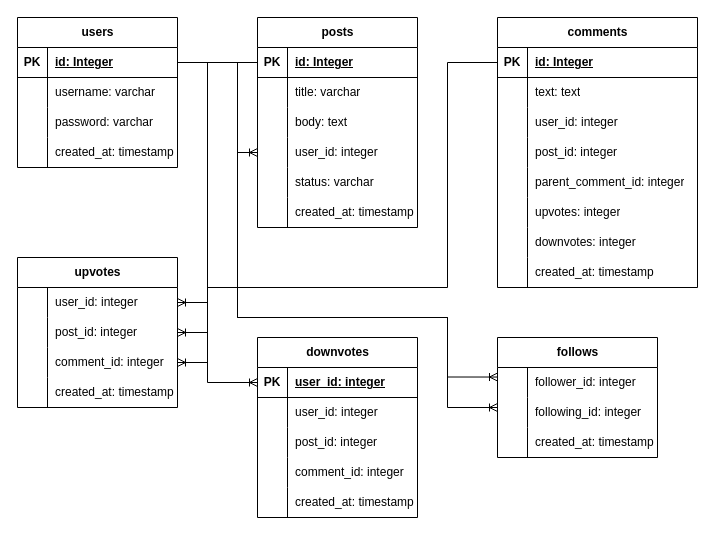
Before: Schema_Diagram.drawio in ChetanSengar/JAVA, a draw.io diagram. Source tidied: cells renumbered, new cells numbered last; positions are measured from the earlier drawing's top-left corner, leaving out a move shared by most shapes. Both pictures are drawn from the tidied source at 100%, with x=0, y=0 at pixel (17, 17).
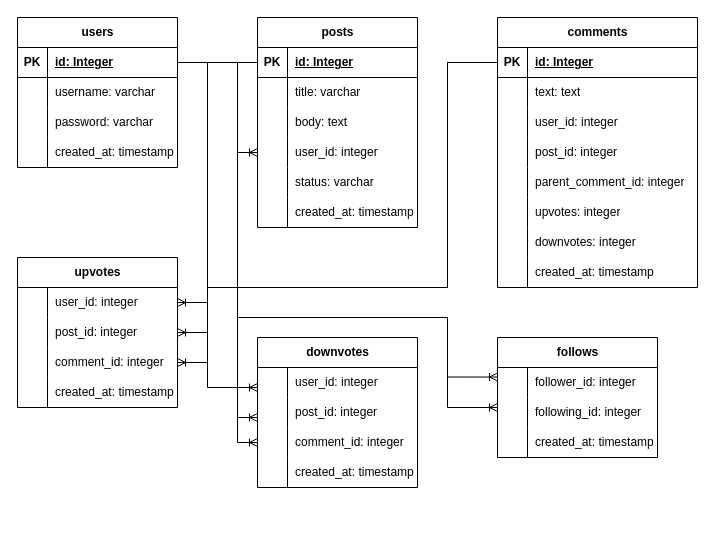
The same diagram, later.

Unchanged cells that the change refers to:
```xml
<mxCell id="3" style="shape=tableRow;horizontal=0;startSize=0;swimlaneHead=0;swimlaneBody=0;fillColor=none;points=[[0,0.5],[1,0.5]];portConstraint=eastwest;top=0;left=0;right=0;bottom=1;" parent="2" vertex="1">
  <mxGeometry y="30" width="160" height="30" as="geometry" />
</mxCell>
<mxCell id="16" style="shape=tableRow;horizontal=0;startSize=0;swimlaneHead=0;swimlaneBody=0;fillColor=none;points=[[0,0.5],[1,0.5]];portConstraint=eastwest;top=0;left=0;right=0;bottom=1;" parent="15" vertex="1">
  <mxGeometry y="30" width="160" height="30" as="geometry" />
</mxCell>
<mxCell id="64" style="shape=tableRow;horizontal=0;startSize=0;swimlaneHead=0;swimlaneBody=0;fillColor=none;points=[[0,0.5],[1,0.5]];portConstraint=eastwest;top=0;left=0;right=0;bottom=1;" parent="63" vertex="1">
  <mxGeometry y="30" width="200" height="30" as="geometry" />
</mxCell>
```

Change to the diagram source:
```diff
@@
     <mxCell id="47" value="downvotes" style="shape=table;startSize=30;childLayout=tableLayout;rowLines=0;fontStyle=1;align=center;html=1;" parent="1" vertex="1">
-      <mxGeometry x="240" y="320" width="160" height="180" as="geometry" />
+      <mxGeometry x="240" y="320" width="160" height="150" as="geometry" />
     </mxCell>
-    <mxCell id="48" style="shape=tableRow;horizontal=0;startSize=0;swimlaneHead=0;swimlaneBody=0;fillColor=none;points=[[0,0.5],[1,0.5]];portConstraint=eastwest;top=0;left=0;right=0;bottom=1;" parent="47" vertex="1">
-      <mxGeometry y="30" width="160" height="30" as="geometry" />
-    </mxCell>
-    <mxCell id="49" value="PK" style="shape=partialRectangle;fillColor=none;top=0;left=0;bottom=0;right=0;fontStyle=1;overflow=hidden;whiteSpace=wrap;html=1;" parent="48" vertex="1">
-      <mxGeometry width="30" height="30" as="geometry" />
-    </mxCell>
-    <mxCell id="50" value="user_id: integer" style="shape=partialRectangle;fillColor=none;top=0;left=0;bottom=0;right=0;align=left;spacingLeft=6;fontStyle=5;overflow=hidden;whiteSpace=wrap;html=1;" parent="48" vertex="1">
-      <mxGeometry x="30" width="130" height="30" as="geometry" />
-    </mxCell>
     <mxCell id="51" style="shape=tableRow;horizontal=0;startSize=0;swimlaneHead=0;swimlaneBody=0;fillColor=none;top=0;left=0;right=0;bottom=0;" parent="47" vertex="1">
-      <mxGeometry y="60" width="160" height="30" as="geometry" />
+      <mxGeometry y="30" width="160" height="30" as="geometry" />
     </mxCell>
@@
     <mxCell id="54" style="shape=tableRow;horizontal=0;startSize=0;swimlaneHead=0;swimlaneBody=0;fillColor=none;top=0;left=0;right=0;bottom=0;" parent="47" vertex="1">
-      <mxGeometry y="90" width="160" height="30" as="geometry" />
+      <mxGeometry y="60" width="160" height="30" as="geometry" />
     </mxCell>
@@
     <mxCell id="57" style="shape=tableRow;horizontal=0;startSize=0;swimlaneHead=0;swimlaneBody=0;fillColor=none;points=[[0,0.5],[1,0.5]];portConstraint=eastwest;top=0;left=0;right=0;bottom=0;" parent="47" vertex="1">
-      <mxGeometry y="120" width="160" height="30" as="geometry" />
+      <mxGeometry y="90" width="160" height="30" as="geometry" />
     </mxCell>
@@
     <mxCell id="60" style="shape=tableRow;horizontal=0;startSize=0;swimlaneHead=0;swimlaneBody=0;fillColor=none;top=0;left=0;right=0;bottom=0;" parent="47" vertex="1">
-      <mxGeometry y="150" width="160" height="30" as="geometry" />
+      <mxGeometry y="120" width="160" height="30" as="geometry" />
     </mxCell>
@@
-    <mxCell id="104" style="edgeStyle=orthogonalEdgeStyle;fontSize=12;html=1;endArrow=ERoneToMany;rounded=0;exitX=1;exitY=0.5;exitDx=0;exitDy=0;entryX=0;entryY=0.5;entryDx=0;entryDy=0;" parent="1" edge="1" source="3" target="48">
+    <mxCell id="104" style="edgeStyle=orthogonalEdgeStyle;fontSize=12;html=1;endArrow=ERoneToMany;rounded=0;exitX=1;exitY=0.5;exitDx=0;exitDy=0;" parent="1" edge="1" source="3">
       <mxGeometry relative="1" as="geometry">
+        <mxPoint x="240" y="370" as="targetPoint" />
         <Array as="points">
           <mxPoint x="190" y="45" />
-          <mxPoint x="190" y="365" />
+          <mxPoint x="190" y="370" />
+          <mxPoint x="240" y="370" />
         </Array>
       </mxGeometry>
     </mxCell>
+    <mxCell id="105" style="edgeStyle=orthogonalEdgeStyle;fontSize=12;html=1;endArrow=ERoneToMany;rounded=0;exitX=0;exitY=0.5;exitDx=0;exitDy=0;" parent="1" edge="1" source="16">
+      <mxGeometry relative="1" as="geometry">
+        <mxPoint x="240" y="400" as="targetPoint" />
+        <Array as="points">
+          <mxPoint x="220" y="45" />
+          <mxPoint x="220" y="400" />
+          <mxPoint x="240" y="400" />
+        </Array>
+      </mxGeometry>
+    </mxCell>
+    <mxCell id="106" style="edgeStyle=orthogonalEdgeStyle;fontSize=12;html=1;endArrow=ERoneToMany;rounded=0;entryX=0;entryY=0.5;entryDx=0;entryDy=0;exitX=0;exitY=0.5;exitDx=0;exitDy=0;" parent="1" edge="1" source="64" target="57">
+      <mxGeometry relative="1" as="geometry">
+        <Array as="points">
+          <mxPoint x="430" y="45" />
+          <mxPoint x="430" y="270" />
+          <mxPoint x="220" y="270" />
+          <mxPoint x="220" y="425" />
+        </Array>
+      </mxGeometry>
+    </mxCell>
```
